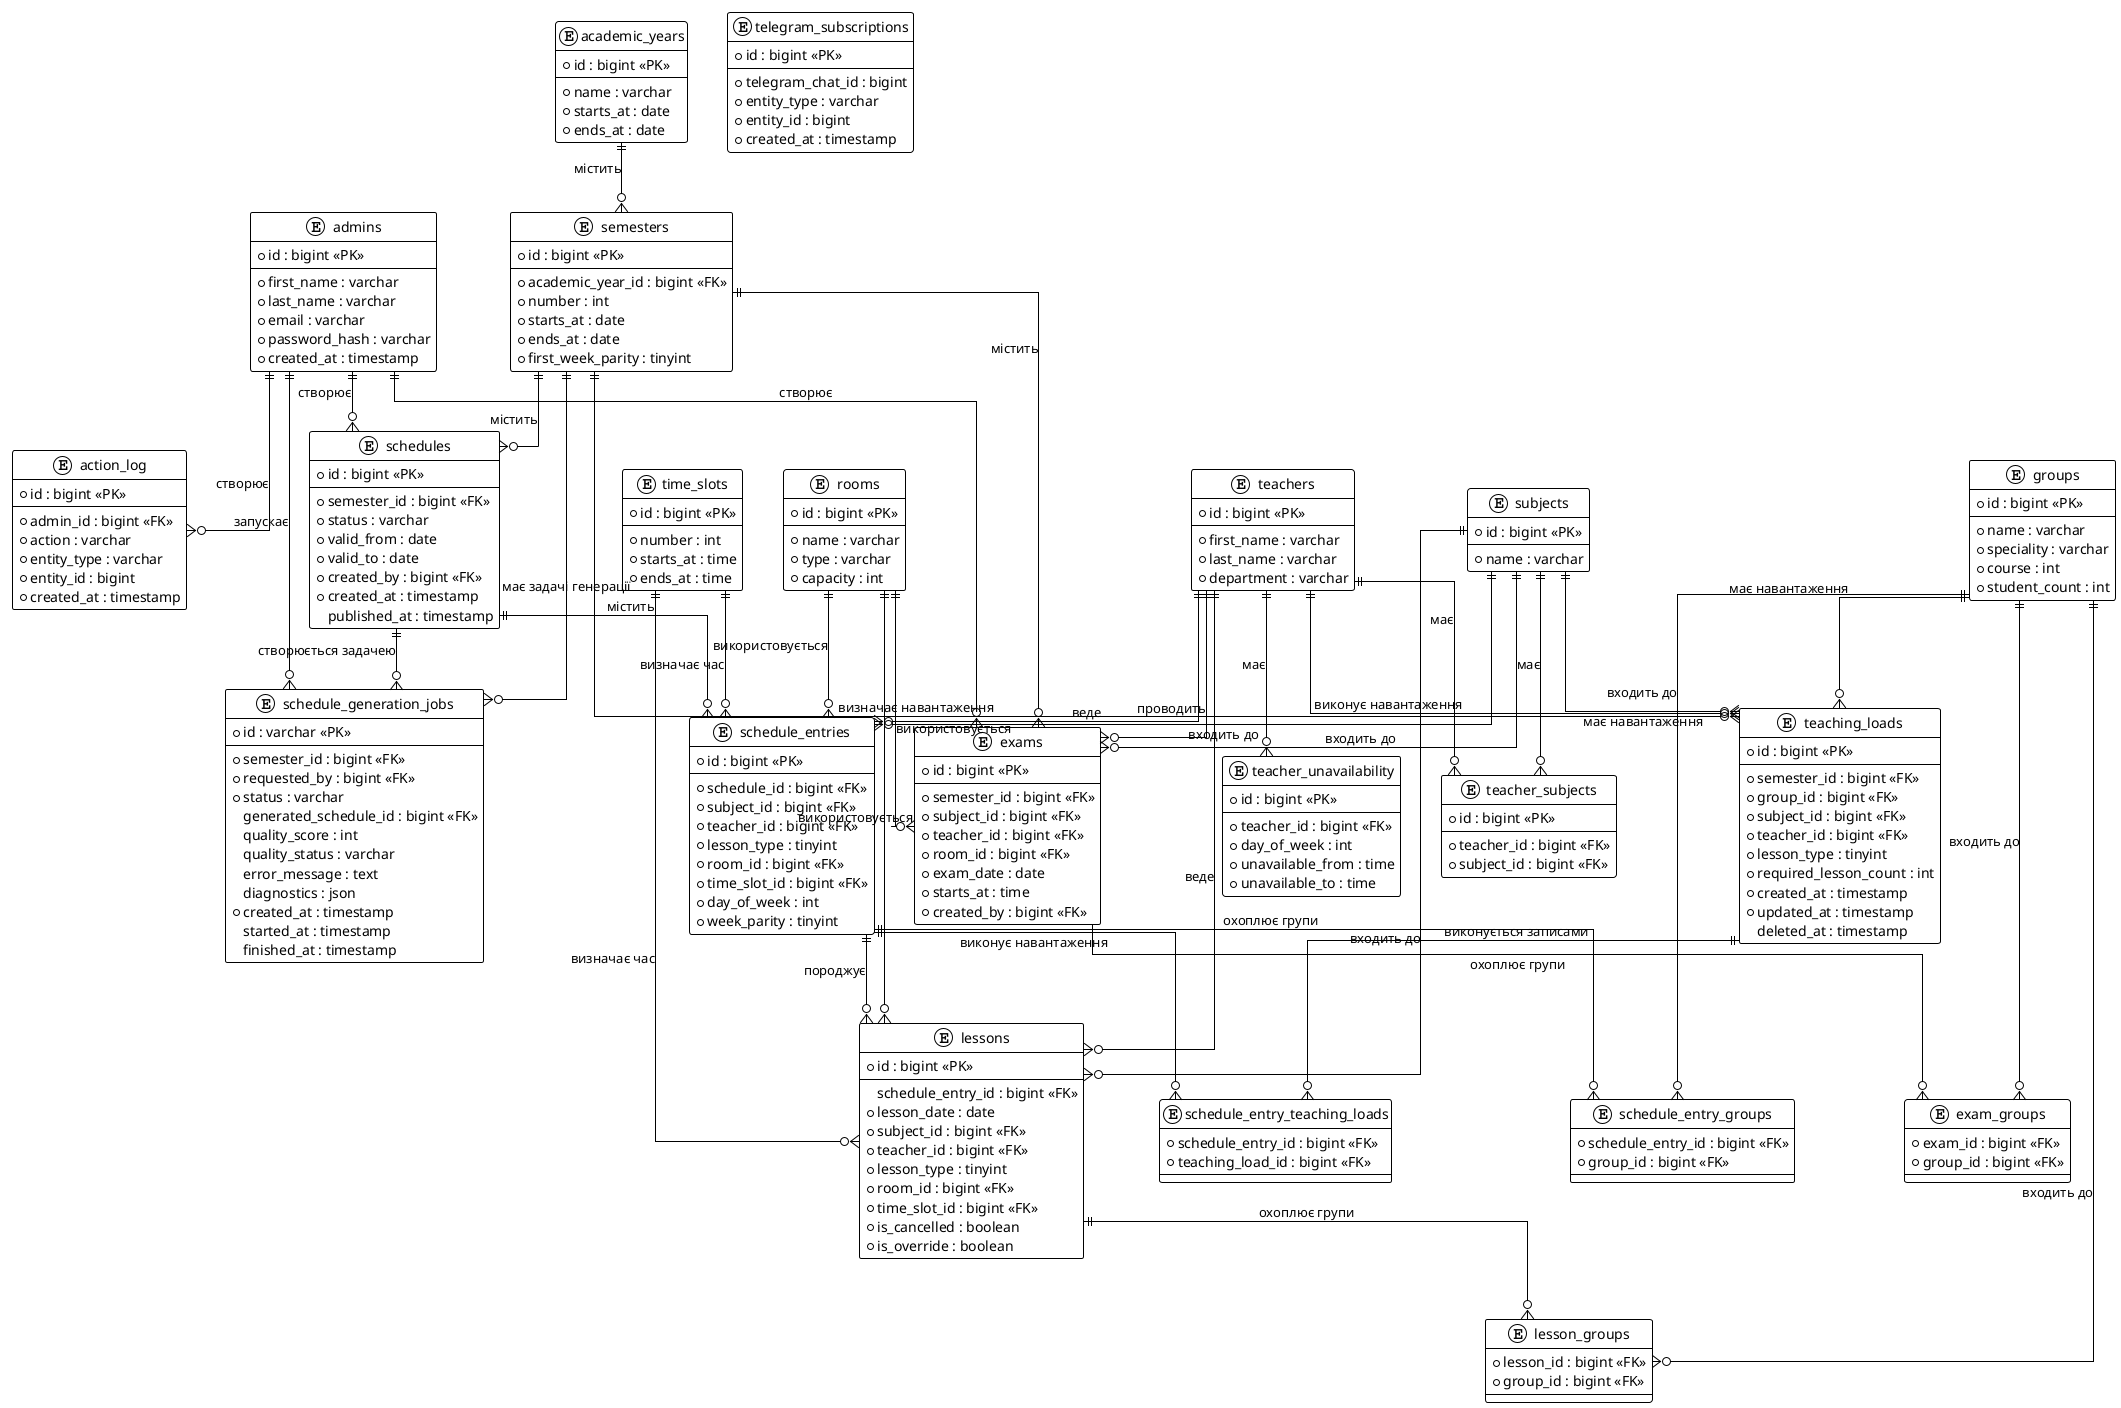
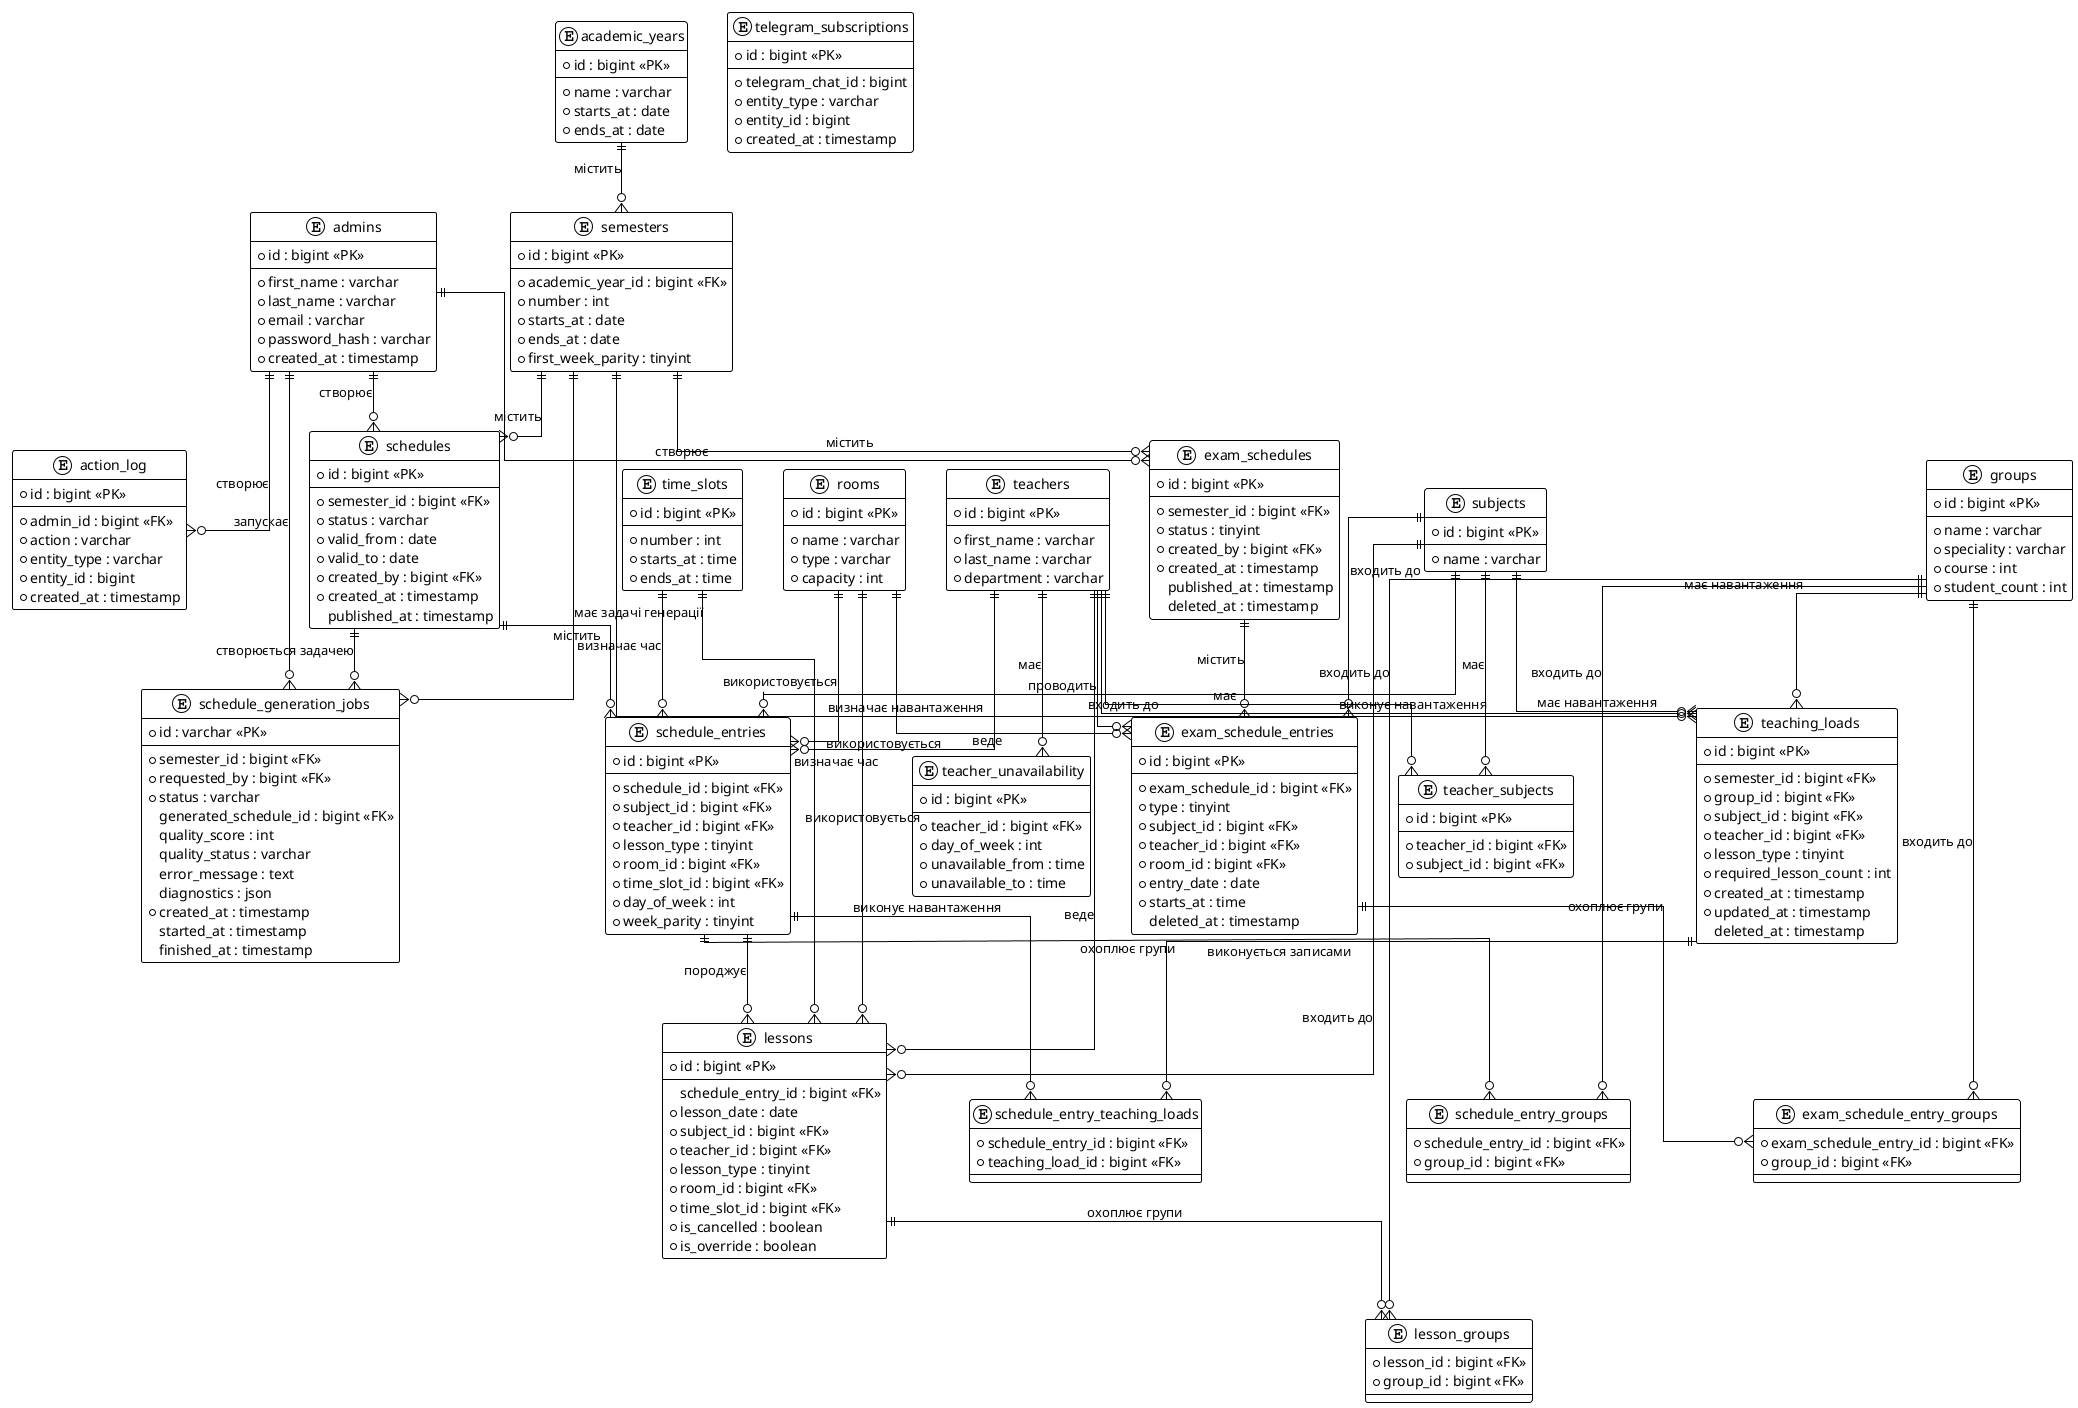
@startuml
!theme plain
skinparam linetype ortho
skinparam ranksep 60
skinparam nodesep 40

entity admins {
  * id : bigint <<PK>>
  --
  * first_name : varchar
  * last_name : varchar
  * email : varchar
  * password_hash : varchar
  * created_at : timestamp
}

entity telegram_subscriptions {
  * id : bigint <<PK>>
  --
  * telegram_chat_id : bigint
  * entity_type : varchar
  * entity_id : bigint
  * created_at : timestamp
}

entity academic_years {
  * id : bigint <<PK>>
  --
  * name : varchar
  * starts_at : date
  * ends_at : date
}

entity semesters {
  * id : bigint <<PK>>
  --
  * academic_year_id : bigint <<FK>>
  * number : int
  * starts_at : date
  * ends_at : date
  * first_week_parity : tinyint
}

entity groups {
  * id : bigint <<PK>>
  --
  * name : varchar
  * speciality : varchar
  * course : int
  * student_count : int
}

entity teachers {
  * id : bigint <<PK>>
  --
  * first_name : varchar
  * last_name : varchar
  * department : varchar
}

entity teacher_unavailability {
  * id : bigint <<PK>>
  --
  * teacher_id : bigint <<FK>>
  * day_of_week : int
  * unavailable_from : time
  * unavailable_to : time
}

entity subjects {
  * id : bigint <<PK>>
  --
  * name : varchar
}

entity teacher_subjects {
  * id : bigint <<PK>>
  --
  * teacher_id : bigint <<FK>>
  * subject_id : bigint <<FK>>
}

entity teaching_loads {
  * id : bigint <<PK>>
  --
  * semester_id : bigint <<FK>>
  * group_id : bigint <<FK>>
  * subject_id : bigint <<FK>>
  * teacher_id : bigint <<FK>>
  * lesson_type : tinyint
  * required_lesson_count : int
  * created_at : timestamp
  * updated_at : timestamp
  deleted_at : timestamp
}

entity rooms {
  * id : bigint <<PK>>
  --
  * name : varchar
  * type : varchar
  * capacity : int
}

entity time_slots {
  * id : bigint <<PK>>
  --
  * number : int
  * starts_at : time
  * ends_at : time
}

entity schedules {
  * id : bigint <<PK>>
  --
  * semester_id : bigint <<FK>>
  * status : varchar
  * valid_from : date
  * valid_to : date
  * created_by : bigint <<FK>>
  * created_at : timestamp
  published_at : timestamp
}

entity schedule_generation_jobs {
  * id : varchar <<PK>>
  --
  * semester_id : bigint <<FK>>
  * requested_by : bigint <<FK>>
  * status : varchar
  generated_schedule_id : bigint <<FK>>
  quality_score : int
  quality_status : varchar
  error_message : text
  diagnostics : json
  * created_at : timestamp
  started_at : timestamp
  finished_at : timestamp
}

entity schedule_entries {
  * id : bigint <<PK>>
  --
  * schedule_id : bigint <<FK>>
  * subject_id : bigint <<FK>>
  * teacher_id : bigint <<FK>>
  * lesson_type : tinyint
  * room_id : bigint <<FK>>
  * time_slot_id : bigint <<FK>>
  * day_of_week : int
  * week_parity : tinyint
}

entity schedule_entry_groups {
  * schedule_entry_id : bigint <<FK>>
  * group_id : bigint <<FK>>
}

entity schedule_entry_teaching_loads {
  * schedule_entry_id : bigint <<FK>>
  * teaching_load_id : bigint <<FK>>
}

entity lessons {
  * id : bigint <<PK>>
  --
  schedule_entry_id : bigint <<FK>>
  * lesson_date : date
  * subject_id : bigint <<FK>>
  * teacher_id : bigint <<FK>>
  * lesson_type : tinyint
  * room_id : bigint <<FK>>
  * time_slot_id : bigint <<FK>>
  * is_cancelled : boolean
  * is_override : boolean
}

entity lesson_groups {
  * lesson_id : bigint <<FK>>
  * group_id : bigint <<FK>>
}

- entity exams {
-   * id : bigint <<PK>>
-   --
-   * semester_id : bigint <<FK>>
+ entity exam_schedules {
+   * id : bigint <<PK>>
+   --
+   * semester_id : bigint <<FK>>
+   * status : tinyint
+   * created_by : bigint <<FK>>
+   * created_at : timestamp
+   published_at : timestamp
+   deleted_at : timestamp
+ }
+ 
+ entity exam_schedule_entries {
+   * id : bigint <<PK>>
+   --
+   * exam_schedule_id : bigint <<FK>>
+   * type : tinyint
  * subject_id : bigint <<FK>>
  * teacher_id : bigint <<FK>>
  * room_id : bigint <<FK>>
-   * exam_date : date
+   * entry_date : date
  * starts_at : time
-   * created_by : bigint <<FK>>
- }
- 
- entity exam_groups {
-   * exam_id : bigint <<FK>>
+   deleted_at : timestamp
+ }
+ 
+ entity exam_schedule_entry_groups {
+   * exam_schedule_entry_id : bigint <<FK>>
  * group_id : bigint <<FK>>
}

entity action_log {
  * id : bigint <<PK>>
  --
  * admin_id : bigint <<FK>>
  * action : varchar
  * entity_type : varchar
  * entity_id : bigint
  * created_at : timestamp
}

admins ||--o{ action_log : "створює"
- admins ||--o{ exams : "створює"
+ admins ||--o{ exam_schedules : "створює"
admins ||--o{ schedules : "створює"
admins ||--o{ schedule_generation_jobs : "запускає"

academic_years ||--o{ semesters : "містить"

semesters ||--o{ schedules : "містить"
- semesters ||--o{ exams : "містить"
+ semesters ||--o{ exam_schedules : "містить"
semesters ||--o{ teaching_loads : "визначає навантаження"
semesters ||--o{ schedule_generation_jobs : "має задачі генерації"

schedules ||--o{ schedule_entries : "містить"
schedules ||--o{ schedule_generation_jobs : "створюється задачею"

teachers ||--o{ teacher_unavailability : "має"
teachers ||--o{ teacher_subjects : "має"
teachers ||--o{ teaching_loads : "виконує навантаження"
teachers ||--o{ schedule_entries : "веде"
teachers ||--o{ lessons : "веде"
- teachers ||--o{ exams : "проводить"
+ teachers ||--o{ exam_schedule_entries : "проводить"

subjects ||--o{ teacher_subjects : "має"
subjects ||--o{ teaching_loads : "має навантаження"
subjects ||--o{ schedule_entries : "входить до"
subjects ||--o{ lessons : "входить до"
- subjects ||--o{ exams : "входить до"
+ subjects ||--o{ exam_schedule_entries : "входить до"

rooms ||--o{ schedule_entries : "використовується"
rooms ||--o{ lessons : "використовується"
- rooms ||--o{ exams : "використовується"
+ rooms ||--o{ exam_schedule_entries : "використовується"

time_slots ||--o{ schedule_entries : "визначає час"
time_slots ||--o{ lessons : "визначає час"

schedule_entries ||--o{ schedule_entry_groups : "охоплює групи"
schedule_entries ||--o{ schedule_entry_teaching_loads : "виконує навантаження"
schedule_entries ||--o{ lessons : "породжує"

teaching_loads ||--o{ schedule_entry_teaching_loads : "виконується записами"

lessons ||--o{ lesson_groups : "охоплює групи"

groups ||--o{ schedule_entry_groups : "входить до"
groups ||--o{ lesson_groups : "входить до"
- groups ||--o{ exam_groups : "входить до"
+ groups ||--o{ exam_schedule_entry_groups : "входить до"
groups ||--o{ teaching_loads : "має навантаження"

- exams ||--o{ exam_groups : "охоплює групи"
+ exam_schedules ||--o{ exam_schedule_entries : "містить"
+ exam_schedule_entries ||--o{ exam_schedule_entry_groups : "охоплює групи"

@enduml
